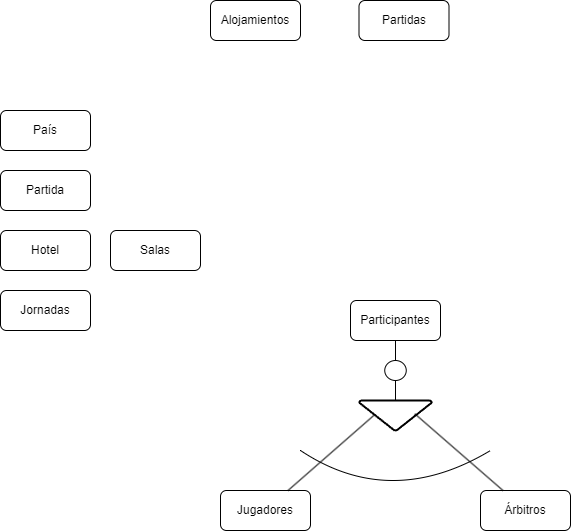
Above: Unidad-1/Tareas/Tareas-evaluables/Tarea-evaluable-2/tarea-evaluable-2.drawio.png in LuisMGlez/base-datos (draw.io), before the change. Source tidied: cells renumbered, new cells last; positions are measured from the earlier drawing's top-left corner, leaving out a move shared by most shapes.
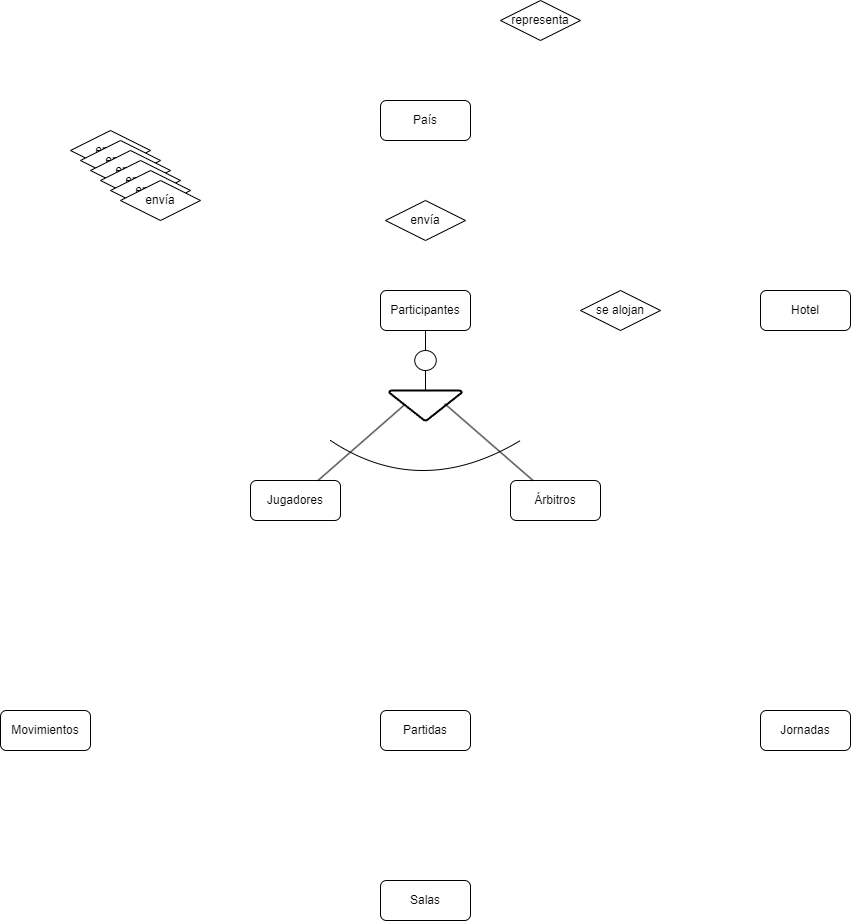
After the commit.

What changed in the source:
```diff
@@ -3,37 +3,31 @@
     <mxCell id="0" />
     <mxCell id="1" parent="0" />
     <mxCell id="2" value="Jugadores" style="rounded=1;whiteSpace=wrap;html=1;" parent="1" vertex="1">
-      <mxGeometry x="220" y="490" width="90" height="40" as="geometry" />
+      <mxGeometry x="280" y="560" width="90" height="40" as="geometry" />
     </mxCell>
     <mxCell id="3" value="Salas" style="rounded=1;whiteSpace=wrap;html=1;" parent="1" vertex="1">
-      <mxGeometry x="110" y="230" width="90" height="40" as="geometry" />
+      <mxGeometry x="410" y="960" width="90" height="40" as="geometry" />
     </mxCell>
     <mxCell id="4" value="Jornadas" style="rounded=1;whiteSpace=wrap;html=1;" parent="1" vertex="1">
-      <mxGeometry y="290" width="90" height="40" as="geometry" />
+      <mxGeometry x="790" y="790" width="90" height="40" as="geometry" />
     </mxCell>
     <mxCell id="5" value="Hotel" style="rounded=1;whiteSpace=wrap;html=1;" parent="1" vertex="1">
-      <mxGeometry y="230" width="90" height="40" as="geometry" />
+      <mxGeometry x="790" y="370" width="90" height="40" as="geometry" />
     </mxCell>
-    <mxCell id="6" value="Partida" style="rounded=1;whiteSpace=wrap;html=1;" parent="1" vertex="1">
-      <mxGeometry y="170" width="90" height="40" as="geometry" />
+    <mxCell id="6" value="Partidas" style="rounded=1;whiteSpace=wrap;html=1;" parent="1" vertex="1">
+      <mxGeometry x="410" y="790" width="90" height="40" as="geometry" />
     </mxCell>
     <mxCell id="7" value="País" style="rounded=1;whiteSpace=wrap;html=1;" parent="1" vertex="1">
-      <mxGeometry y="110" width="90" height="40" as="geometry" />
+      <mxGeometry x="410" y="180" width="90" height="40" as="geometry" />
     </mxCell>
     <mxCell id="8" value="Participantes" style="rounded=1;whiteSpace=wrap;html=1;" parent="1" vertex="1">
-      <mxGeometry x="350" y="300" width="90" height="40" as="geometry" />
+      <mxGeometry x="410" y="370" width="90" height="40" as="geometry" />
     </mxCell>
     <mxCell id="9" value="Árbitros" style="rounded=1;whiteSpace=wrap;html=1;" parent="1" vertex="1">
-      <mxGeometry x="480" y="490" width="90" height="40" as="geometry" />
+      <mxGeometry x="540" y="560" width="90" height="40" as="geometry" />
     </mxCell>
-    <mxCell id="10" value="Alojamientos" style="rounded=1;whiteSpace=wrap;html=1;" parent="1" vertex="1">
-      <mxGeometry x="210" width="90" height="40" as="geometry" />
-    </mxCell>
-    <mxCell id="11" value="Partidas" style="rounded=1;whiteSpace=wrap;html=1;" parent="1" vertex="1">
-      <mxGeometry x="358.5" width="90" height="40" as="geometry" />
-    </mxCell>
     <mxCell id="12" style="strokeWidth=2;html=1;shape=mxgraph.flowchart.merge_or_storage;whiteSpace=wrap;" parent="1" vertex="1">
-      <mxGeometry x="358.8" y="400" width="72.5" height="30" as="geometry" />
+      <mxGeometry x="418.8" y="470" width="72.5" height="30" as="geometry" />
     </mxCell>
     <mxCell id="13" style="rounded=0;jettySize=auto;html=1;exitX=0.75;exitY=0;exitDx=0;exitDy=0;entryX=0.204;entryY=0.491;entryDx=0;entryDy=0;entryPerimeter=0;endArrow=none;endFill=0;" parent="1" edge="1" source="2" target="12">
       <mxGeometry relative="1" as="geometry" />
@@ -48,16 +42,46 @@
       <mxGeometry relative="1" as="geometry" />
     </mxCell>
     <mxCell id="17" style="verticalLabelPosition=bottom;verticalAlign=top;html=1;shape=mxgraph.flowchart.on-page_reference;" parent="1" vertex="1">
-      <mxGeometry x="384.2" y="360" width="21.5" height="20" as="geometry" />
+      <mxGeometry x="444.2" y="430" width="21.5" height="20" as="geometry" />
     </mxCell>
     <mxCell id="18" style="curved=1;endArrow=none;html=1;rounded=0;endFill=0;" parent="1" edge="1">
       <mxGeometry relative="1" as="geometry">
-        <mxPoint x="300" y="450" as="sourcePoint" />
-        <mxPoint x="490" y="450" as="targetPoint" />
+        <mxPoint x="360" y="520" as="sourcePoint" />
+        <mxPoint x="550" y="520" as="targetPoint" />
         <Array as="points">
-          <mxPoint x="390" y="510" />
+          <mxPoint x="450" y="580" />
         </Array>
       </mxGeometry>
     </mxCell>
+    <mxCell id="19" value="Movimientos" style="rounded=1;whiteSpace=wrap;html=1;" parent="1" vertex="1">
+      <mxGeometry x="30" y="790" width="90" height="40" as="geometry" />
+    </mxCell>
+    <mxCell id="20" value="envía" style="rhombus;whiteSpace=wrap;html=1;" parent="1" vertex="1">
+      <mxGeometry x="100" y="210" width="80" height="40" as="geometry" />
+    </mxCell>
+    <mxCell id="21" value="envía" style="rhombus;whiteSpace=wrap;html=1;" parent="1" vertex="1">
+      <mxGeometry x="110" y="220" width="80" height="40" as="geometry" />
+    </mxCell>
+    <mxCell id="22" value="envía" style="rhombus;whiteSpace=wrap;html=1;" parent="1" vertex="1">
+      <mxGeometry x="120" y="230" width="80" height="40" as="geometry" />
+    </mxCell>
+    <mxCell id="23" value="envía" style="rhombus;whiteSpace=wrap;html=1;" parent="1" vertex="1">
+      <mxGeometry x="130" y="240" width="80" height="40" as="geometry" />
+    </mxCell>
+    <mxCell id="24" value="envía" style="rhombus;whiteSpace=wrap;html=1;" parent="1" vertex="1">
+      <mxGeometry x="140" y="250" width="80" height="40" as="geometry" />
+    </mxCell>
+    <mxCell id="25" value="envía" style="rhombus;whiteSpace=wrap;html=1;" parent="1" vertex="1">
+      <mxGeometry x="150" y="260" width="80" height="40" as="geometry" />
+    </mxCell>
+    <mxCell id="26" value="representa" style="rhombus;whiteSpace=wrap;html=1;" parent="1" vertex="1">
+      <mxGeometry x="530" y="80" width="80" height="40" as="geometry" />
+    </mxCell>
+    <mxCell id="27" value="se alojan" style="rhombus;whiteSpace=wrap;html=1;" parent="1" vertex="1">
+      <mxGeometry x="610" y="370" width="80" height="40" as="geometry" />
+    </mxCell>
+    <mxCell id="28" value="envía" style="rhombus;whiteSpace=wrap;html=1;" parent="1" vertex="1">
+      <mxGeometry x="415" y="280" width="80" height="40" as="geometry" />
+    </mxCell>
   </root>
 </mxGraphModel>
```
